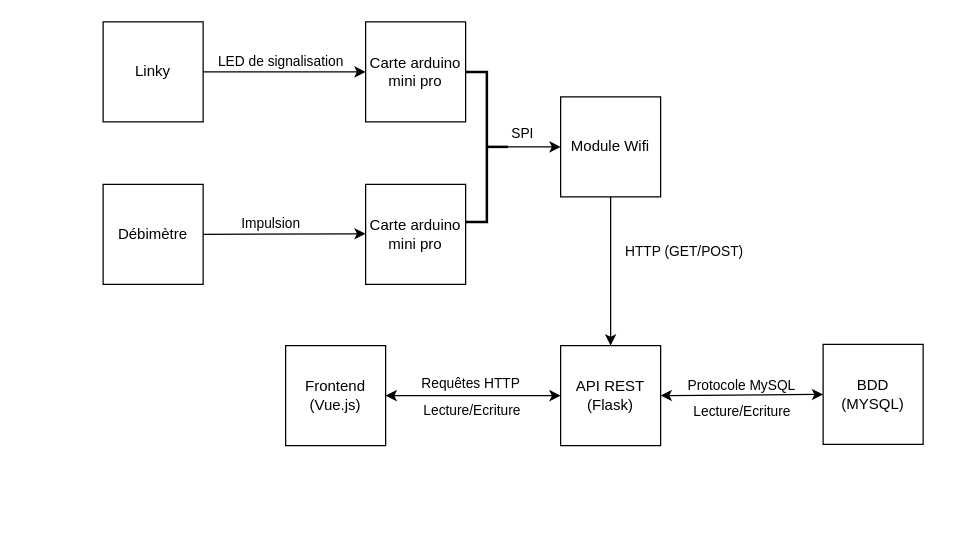
Earlier version of the draw.io diagram synoptique.drawio (leeeooooooooo/Projet_Visualisation). Source tidied: cells renumbered, new cells numbered last; positions are measured from the earlier drawing's top-left corner, leaving out a move shared by most shapes. Both pictures are drawn from the tidied source at 125%, with x=0, y=0 at pixel (102, 21).
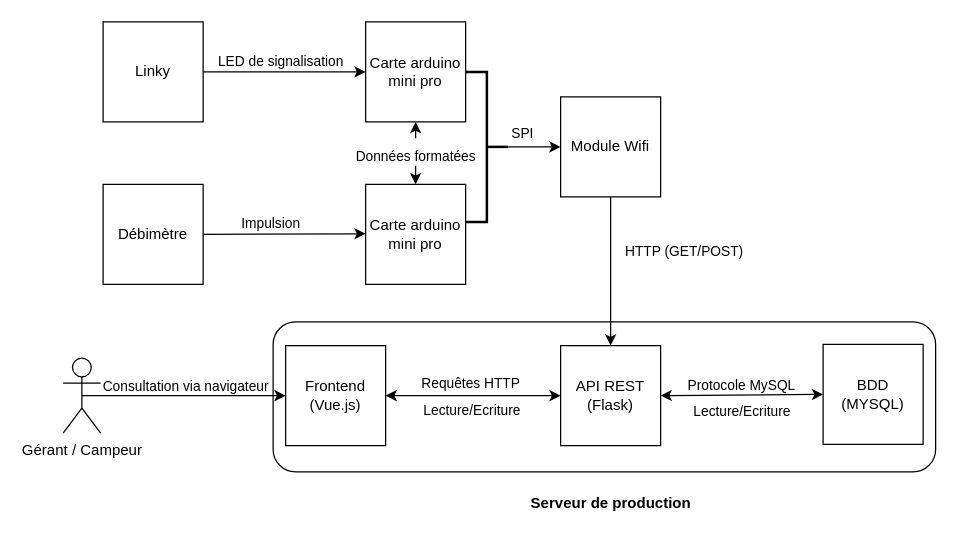
After the change.

Commit message (it also covers changes not shown here):
Mettre à jour synoptique.drawio

Unchanged cells that the change refers to:
```xml
<mxCell id="4" value="Carte arduino mini pro" style="whiteSpace=wrap;html=1;" parent="1" vertex="1">
  <mxGeometry x="210" width="80" height="80" as="geometry" />
</mxCell>
<mxCell id="5" value="Carte arduino mini pro" style="whiteSpace=wrap;html=1;" parent="1" vertex="1">
  <mxGeometry x="210" y="130" width="80" height="80" as="geometry" />
</mxCell>
<mxCell id="14" value="Frontend&lt;div&gt;(Vue.js)&lt;/div&gt;" style="whiteSpace=wrap;html=1;" parent="1" vertex="1">
  <mxGeometry x="146" y="259" width="80" height="80" as="geometry" />
</mxCell>
```

Change to the diagram source:
```diff
@@
+    <mxCell id="25" value="&lt;font style=&quot;font-size: 11px;&quot;&gt;Données formatées&lt;/font&gt;" style="text;html=1;align=center;verticalAlign=middle;points=[];strokeColor=none;fillColor=none;" parent="1" vertex="1">
+      <mxGeometry x="190" y="93" width="120" height="30" as="geometry" />
+    </mxCell>
+    <mxCell id="26" style="endArrow=classic;html=1;rounded=0;entryX=0.5;entryY=1;entryDx=0;entryDy=0;" parent="1" edge="1" source="25" target="4">
+      <mxGeometry relative="1" as="geometry" />
+    </mxCell>
+    <mxCell id="27" style="endArrow=classic;html=1;rounded=0;entryX=0.5;entryY=0;entryDx=0;entryDy=0;" parent="1" edge="1" target="5">
+      <mxGeometry relative="1" as="geometry">
+        <mxPoint x="250" y="115" as="sourcePoint" />
+      </mxGeometry>
+    </mxCell>
+    <mxCell id="28" style="edgeStyle=orthogonalEdgeStyle;rounded=0;jettySize=auto;html=1;exitX=0.5;exitY=0.5;exitDx=0;exitDy=0;exitPerimeter=0;entryX=0;entryY=0.5;entryDx=0;entryDy=0;" parent="1" edge="1" source="29" target="14">
+      <mxGeometry relative="1" as="geometry" />
+    </mxCell>
+    <mxCell id="29" value="Gérant / Campeur" style="shape=umlActor;verticalLabelPosition=bottom;verticalAlign=top;html=1;" parent="1" vertex="1">
+      <mxGeometry x="-32" y="269" width="30" height="60" as="geometry" />
+    </mxCell>
+    <mxCell id="30" value="&lt;font style=&quot;font-size: 11px;&quot;&gt;&lt;font style=&quot;&quot;&gt;Consultatio&lt;/font&gt;n via navigateur&lt;/font&gt;" style="text;html=1;align=center;verticalAlign=middle;strokeColor=none;fillColor=none;" parent="1" vertex="1">
+      <mxGeometry x="-14" y="277" width="160" height="30" as="geometry" />
+    </mxCell>
+    <mxCell id="31" style="rounded=1;whiteSpace=wrap;html=1;fillColor=none;" parent="1" vertex="1">
+      <mxGeometry x="136" y="240" width="530" height="120" as="geometry" />
+    </mxCell>
+    <mxCell id="32" value="&lt;b&gt;Serveur de production&lt;/b&gt;" style="text;html=1;align=center;verticalAlign=middle;strokeColor=none;fillColor=none;" parent="1" vertex="1">
+      <mxGeometry x="331" y="370" width="150" height="30" as="geometry" />
+    </mxCell>
```
